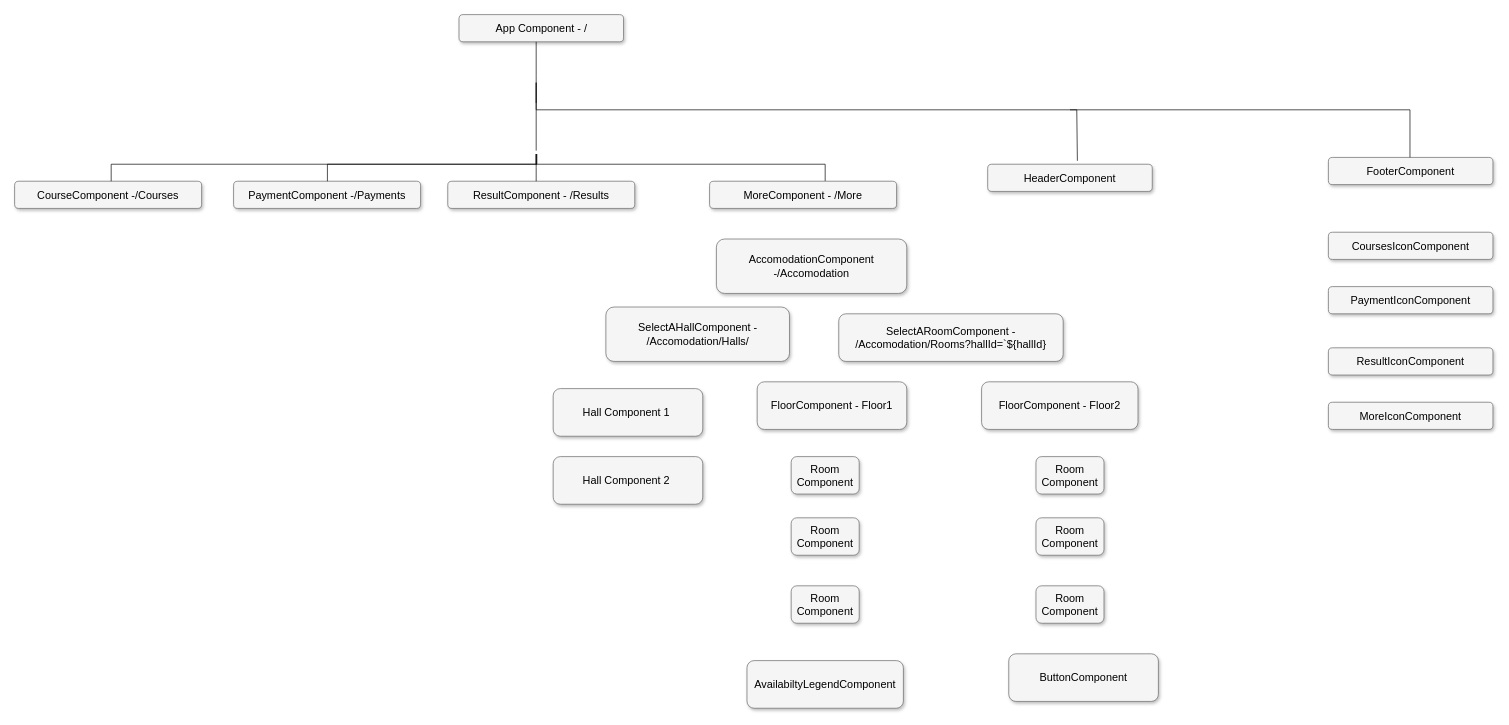
The draw.io diagram content/Untitled Diagram.drawio in MadeByIbukunoluwa/temp-repo, before the edit. Source tidied: cells renumbered, new cells numbered last; positions are measured from the earlier drawing's top-left corner, leaving out a move shared by most shapes. Both pictures are drawn from the tidied source at 68%, with x=0, y=0 at pixel (14, 14).
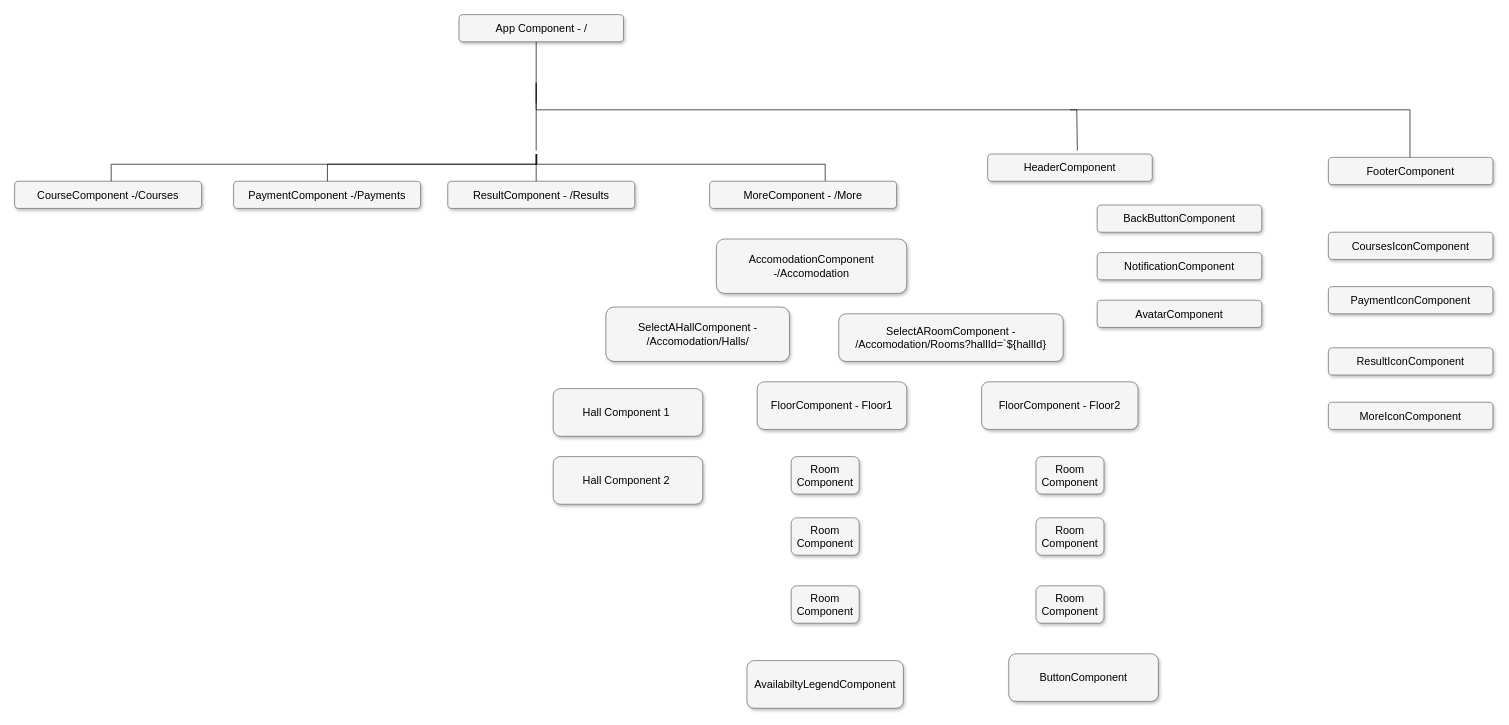
Above is the later version.

Commit message:
added header Children Component

Change to the diagram source:
```diff
@@
     <mxCell id="33" value="HeaderComponent" style="whiteSpace=wrap;html=1;rounded=1;shadow=1;strokeWidth=1;fontSize=16;align=center;fillColor=#f5f5f5;strokeColor=#666666;" parent="1" vertex="1">
-      <mxGeometry x="1431" y="220" width="242" height="40" as="geometry" />
+      <mxGeometry x="1431" y="205" width="242" height="40" as="geometry" />
     </mxCell>
@@
+    <mxCell id="41" value="BackButtonComponent" style="whiteSpace=wrap;html=1;rounded=1;shadow=1;strokeWidth=1;fontSize=16;align=center;fillColor=#f5f5f5;strokeColor=#666666;" parent="1" vertex="1">
+      <mxGeometry x="1592" y="280" width="242" height="40" as="geometry" />
+    </mxCell>
+    <mxCell id="42" value="NotificationComponent" style="whiteSpace=wrap;html=1;rounded=1;shadow=1;strokeWidth=1;fontSize=16;align=center;fillColor=#f5f5f5;strokeColor=#666666;" parent="1" vertex="1">
+      <mxGeometry x="1592" y="350" width="242" height="40" as="geometry" />
+    </mxCell>
+    <mxCell id="43" value="AvatarComponent" style="whiteSpace=wrap;html=1;rounded=1;shadow=1;strokeWidth=1;fontSize=16;align=center;fillColor=#f5f5f5;strokeColor=#666666;" parent="1" vertex="1">
+      <mxGeometry x="1592" y="420" width="242" height="40" as="geometry" />
+    </mxCell>
```
